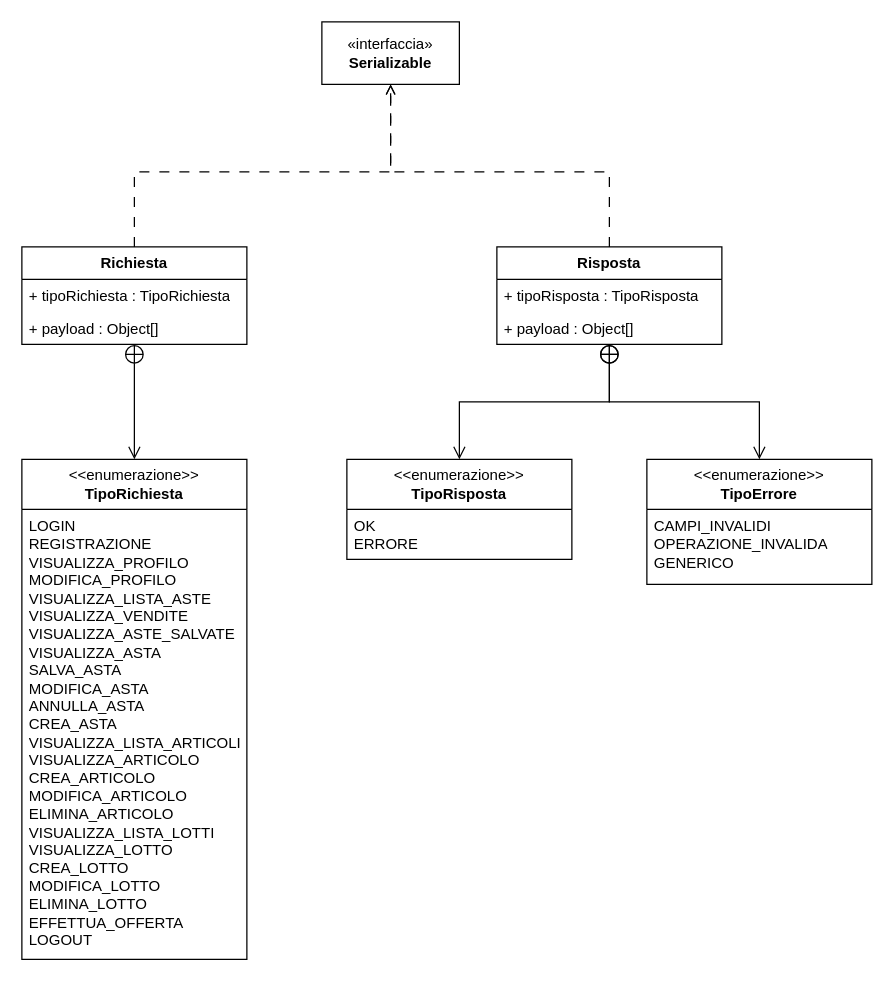
Chaos-Rat/GAO keeps this draw.io diagram as documenti/DC-Aste.drawio. Above is the earlier version. Source tidied: cells renumbered, new cells numbered last; positions are measured from the earlier drawing's top-left corner, leaving out a move shared by most shapes. Both pictures are drawn from the tidied source at 125%, with x=0, y=0 at pixel (21, 21).
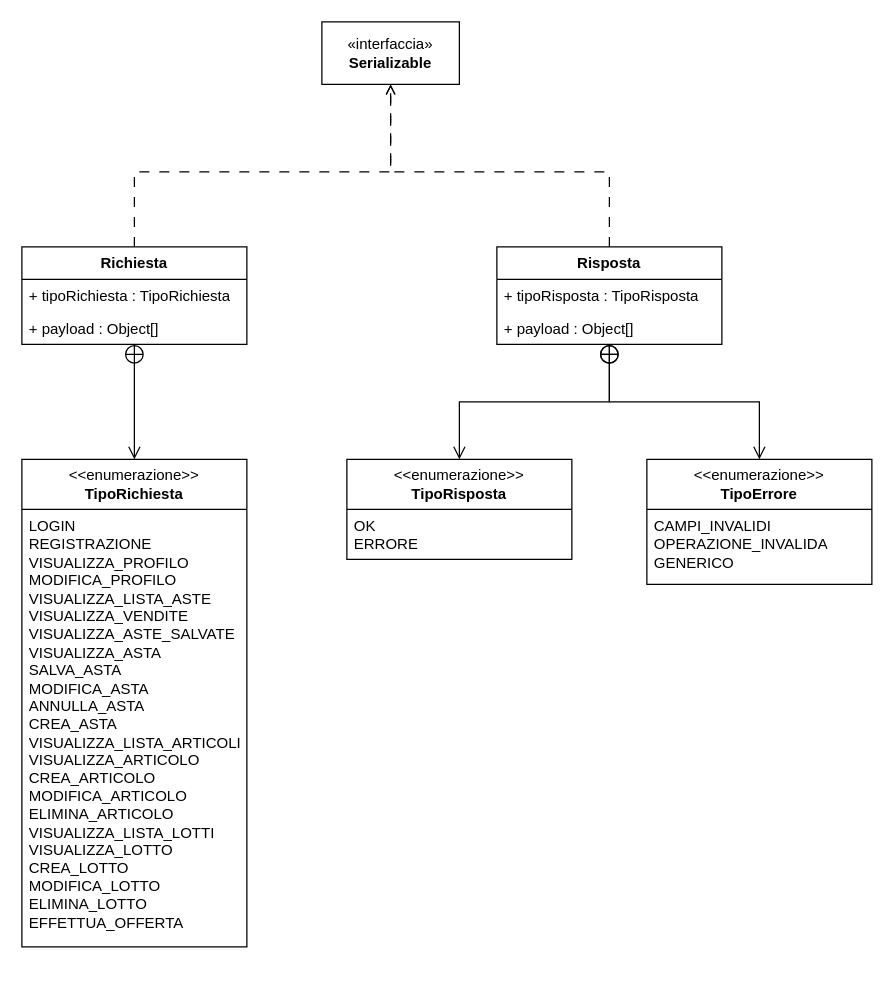
The same diagram, later.

Commit message (it also covers changes not shown here):
Aggiornato diagramma delle classi server, fix minori

Aggiornato il diagramma delle classi server.
Tolta la funzione di logout al gestore del client e alla tipo di richiesta (implicito nella disconnessione).

Diff of the diagram source:
```diff
@@
     <mxCell id="2" value="&lt;div&gt;&amp;lt;&amp;lt;enumerazione&amp;gt;&amp;gt;&lt;/div&gt;&lt;b&gt;TipoRichiesta&lt;/b&gt;" style="swimlane;fontStyle=0;horizontal=1;startSize=40;fillColor=none;whiteSpace=wrap;html=1;" parent="1" vertex="1">
-      <mxGeometry y="350" width="180" height="400" as="geometry" />
+      <mxGeometry y="350" width="180" height="390" as="geometry" />
     </mxCell>
-    <mxCell id="3" value="LOGIN&lt;div&gt;REGISTRAZIONE&lt;/div&gt;&lt;div&gt;VISUALIZZA_PROFILO&lt;/div&gt;&lt;div&gt;MODIFICA_PROFILO&lt;/div&gt;&lt;div&gt;VISUALIZZA_LISTA_ASTE&lt;/div&gt;&lt;div&gt;VISUALIZZA_VENDITE&lt;/div&gt;&lt;div&gt;VISUALIZZA_ASTE_SALVATE&lt;/div&gt;&lt;div&gt;VISUALIZZA_ASTA&lt;/div&gt;&lt;div&gt;SALVA_ASTA&lt;/div&gt;&lt;div&gt;MODIFICA_ASTA&lt;/div&gt;&lt;div&gt;ANNULLA_ASTA&lt;/div&gt;&lt;div&gt;CREA_ASTA&lt;/div&gt;&lt;div&gt;VISUALIZZA_LISTA_ARTICOLI&lt;/div&gt;&lt;div&gt;VISUALIZZA_ARTICOLO&lt;/div&gt;&lt;div&gt;CREA_ARTICOLO&lt;/div&gt;&lt;div&gt;MODIFICA_ARTICOLO&lt;/div&gt;&lt;div&gt;ELIMINA_ARTICOLO&lt;/div&gt;&lt;div&gt;VISUALIZZA_LISTA_LOTTI&lt;/div&gt;&lt;div&gt;VISUALIZZA_LOTTO&lt;/div&gt;&lt;div&gt;CREA_LOTTO&lt;/div&gt;&lt;div&gt;MODIFICA_LOTTO&lt;/div&gt;&lt;div&gt;ELIMINA_LOTTO&lt;/div&gt;&lt;div&gt;EFFETTUA_OFFERTA&lt;/div&gt;&lt;div&gt;LOGOUT&lt;/div&gt;" style="text;strokeColor=none;fillColor=none;align=left;verticalAlign=top;spacingLeft=4;spacingRight=4;overflow=hidden;whiteSpace=wrap;html=1;" parent="2" vertex="1">
-      <mxGeometry y="40" width="180" height="360" as="geometry" />
+    <mxCell id="3" value="LOGIN&lt;div&gt;REGISTRAZIONE&lt;/div&gt;&lt;div&gt;VISUALIZZA_PROFILO&lt;/div&gt;&lt;div&gt;MODIFICA_PROFILO&lt;/div&gt;&lt;div&gt;VISUALIZZA_LISTA_ASTE&lt;/div&gt;&lt;div&gt;VISUALIZZA_VENDITE&lt;/div&gt;&lt;div&gt;VISUALIZZA_ASTE_SALVATE&lt;/div&gt;&lt;div&gt;VISUALIZZA_ASTA&lt;/div&gt;&lt;div&gt;SALVA_ASTA&lt;/div&gt;&lt;div&gt;MODIFICA_ASTA&lt;/div&gt;&lt;div&gt;ANNULLA_ASTA&lt;/div&gt;&lt;div&gt;CREA_ASTA&lt;/div&gt;&lt;div&gt;VISUALIZZA_LISTA_ARTICOLI&lt;/div&gt;&lt;div&gt;VISUALIZZA_ARTICOLO&lt;/div&gt;&lt;div&gt;CREA_ARTICOLO&lt;/div&gt;&lt;div&gt;MODIFICA_ARTICOLO&lt;/div&gt;&lt;div&gt;ELIMINA_ARTICOLO&lt;/div&gt;&lt;div&gt;VISUALIZZA_LISTA_LOTTI&lt;/div&gt;&lt;div&gt;VISUALIZZA_LOTTO&lt;/div&gt;&lt;div&gt;CREA_LOTTO&lt;/div&gt;&lt;div&gt;MODIFICA_LOTTO&lt;/div&gt;&lt;div&gt;ELIMINA_LOTTO&lt;/div&gt;&lt;div&gt;EFFETTUA_OFFERTA&lt;/div&gt;" style="text;strokeColor=none;fillColor=none;align=left;verticalAlign=top;spacingLeft=4;spacingRight=4;overflow=hidden;whiteSpace=wrap;html=1;" parent="2" vertex="1">
+      <mxGeometry y="40" width="180" height="350" as="geometry" />
     </mxCell>
```
